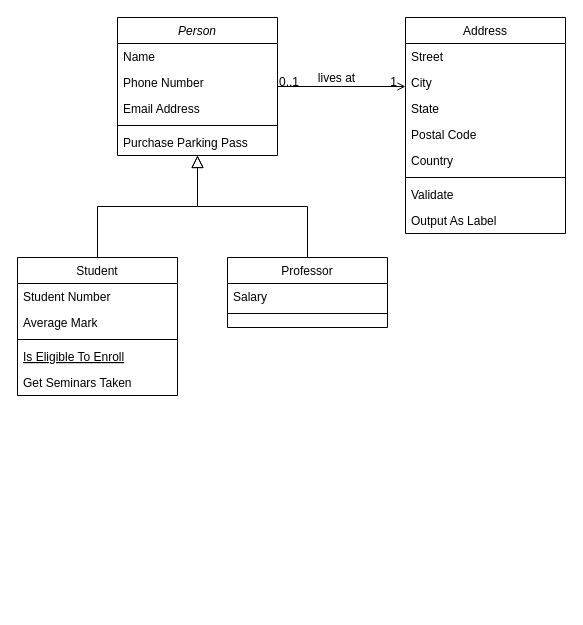
Above: a/Untitled Diagram.drawio in edogawaluanpao/test (draw.io), before the change. Source tidied: cells renumbered, new cells numbered last; positions are measured from the earlier drawing's top-left corner, leaving out a move shared by most shapes. Both pictures are drawn from the tidied source at 100%, with x=0, y=0 at pixel (17, 17).
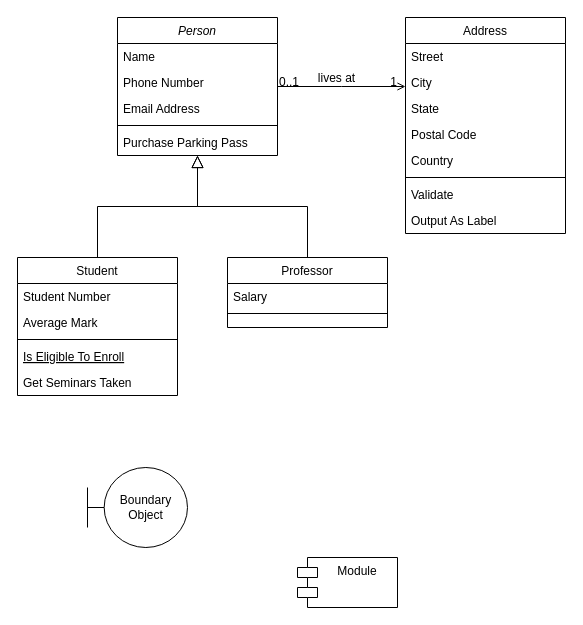
After the change.

What changed in the source:
```diff
@@
+    <mxCell id="32" value="Module" style="shape=module;align=left;spacingLeft=20;align=center;verticalAlign=top;" parent="1" vertex="1">
+      <mxGeometry x="280" y="540" width="100" height="50" as="geometry" />
+    </mxCell>
+    <mxCell id="33" value="Boundary Object" style="shape=umlBoundary;whiteSpace=wrap;html=1;" parent="1" vertex="1">
+      <mxGeometry x="70" y="450" width="100" height="80" as="geometry" />
+    </mxCell>
```
